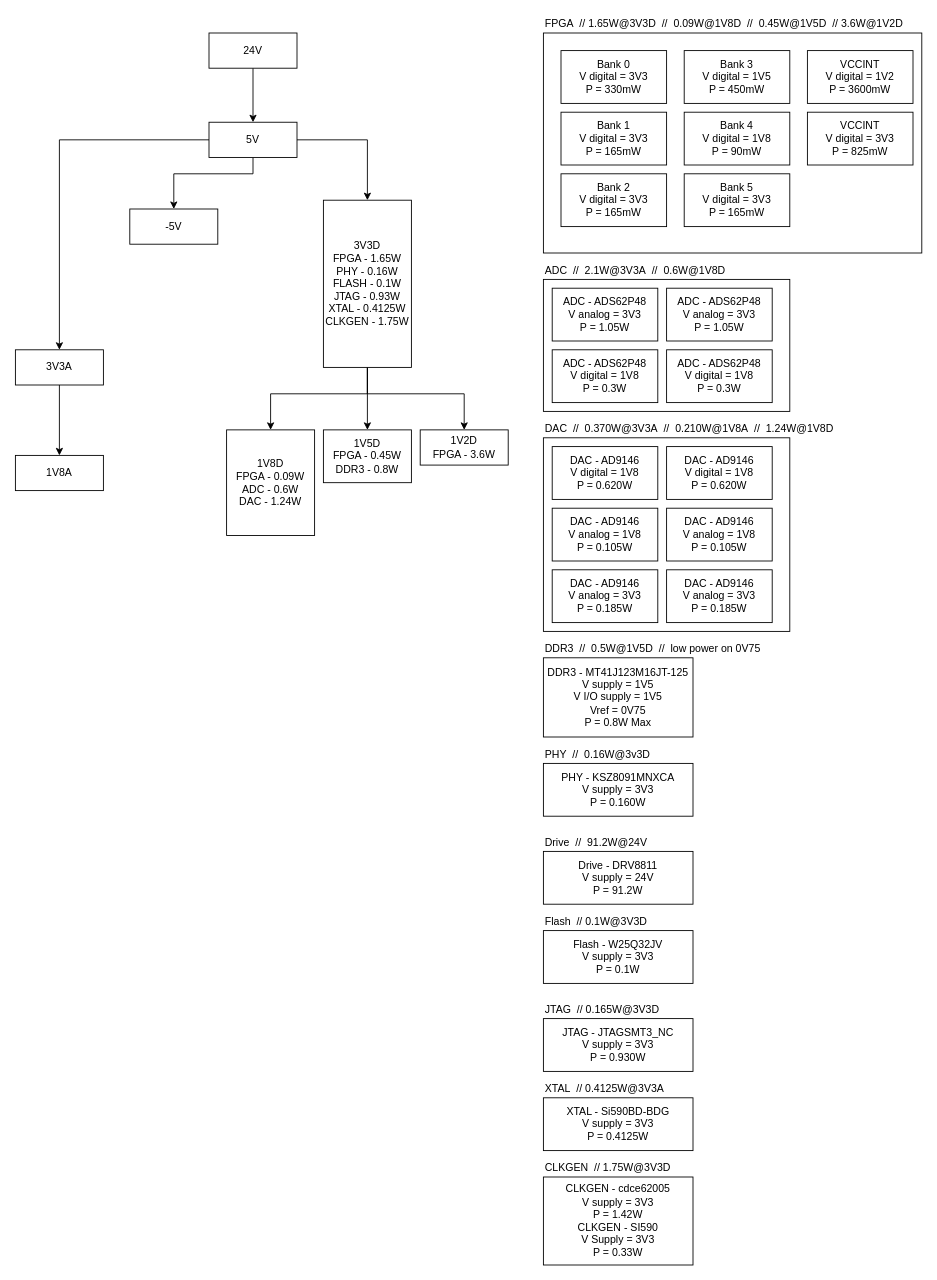
Before: 01 - PLEIADES/03 - DRAWIO/Bilan de puissance.drawio in arsp2701/S7APP, a draw.io diagram. Source tidied: cells renumbered, new cells numbered last; positions are measured from the earlier drawing's top-left corner, leaving out a move shared by most shapes. Both pictures are drawn from the tidied source at 88%, with x=0, y=0 at pixel (15, 15).
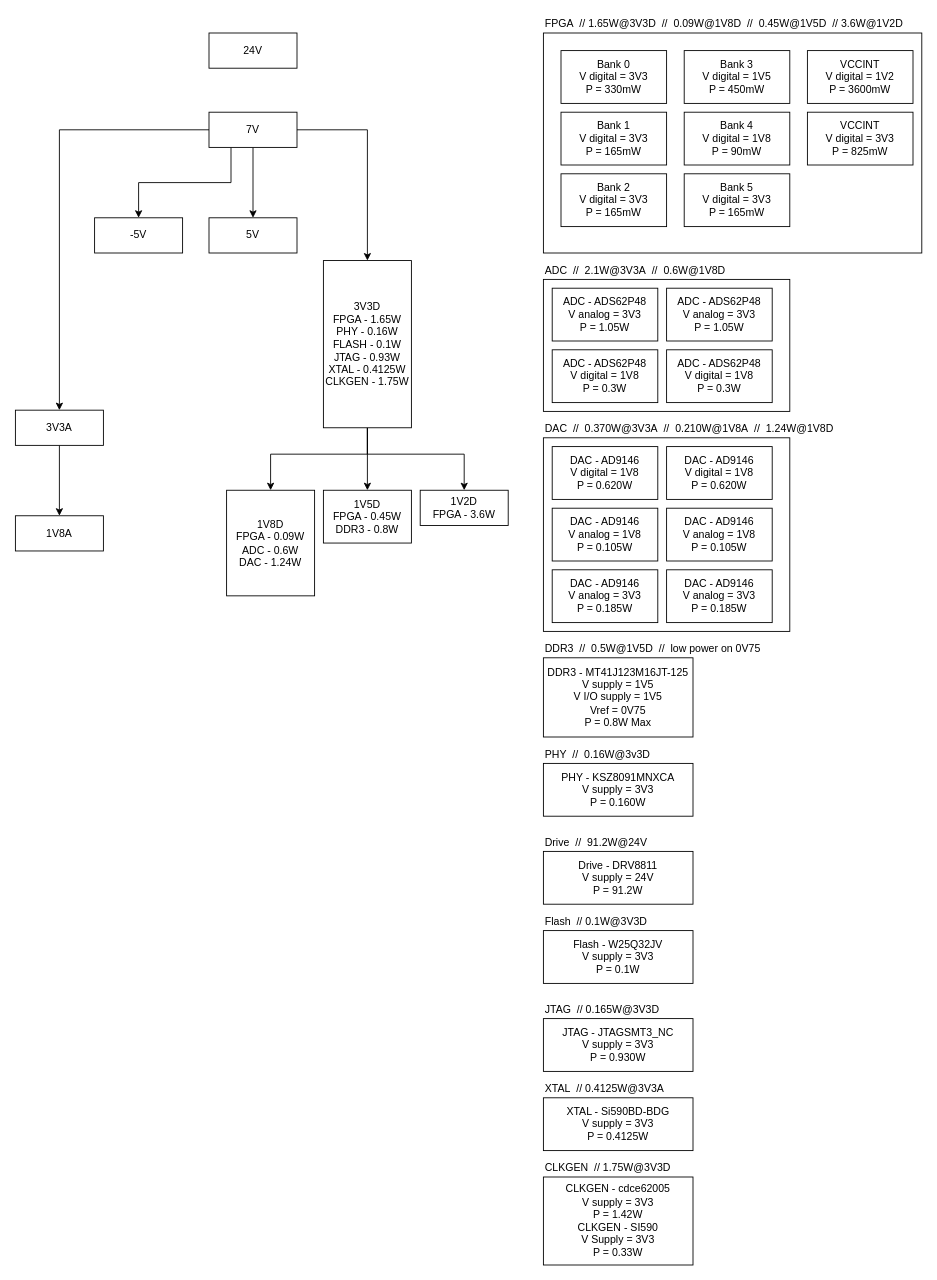
After the change.

Unchanged cells that the change refers to:
```xml
<mxCell id="43" value="24V" style="rounded=0;whiteSpace=wrap;html=1;align=center;" parent="1" vertex="1">
  <mxGeometry x="220" y="20" width="100" height="40" as="geometry" />
</mxCell>
```

Diff of the diagram source:
```diff
@@
-    <mxCell id="42" style="edgeStyle=orthogonalEdgeStyle;rounded=0;jettySize=auto;html=1;exitX=0.5;exitY=1;exitDx=0;exitDy=0;entryX=0.5;entryY=0;entryDx=0;entryDy=0;" parent="1" edge="1" source="43" target="47">
-      <mxGeometry relative="1" as="geometry" />
-    </mxCell>
@@
+    <mxCell id="59" style="edgeStyle=orthogonalEdgeStyle;rounded=0;jettySize=auto;html=1;" parent="1" edge="1" source="47" target="60">
+      <mxGeometry relative="1" as="geometry" />
+    </mxCell>
-    <mxCell id="46" style="edgeStyle=orthogonalEdgeStyle;rounded=0;jettySize=auto;html=1;exitX=0.5;exitY=1;exitDx=0;exitDy=0;entryX=0.5;entryY=0;entryDx=0;entryDy=0;" parent="1" edge="1" source="47" target="58">
-      <mxGeometry relative="1" as="geometry">
-        <Array as="points">
-          <mxPoint x="270" y="180" />
-          <mxPoint x="180" y="180" />
-        </Array>
-      </mxGeometry>
+    <mxCell id="46" style="edgeStyle=orthogonalEdgeStyle;rounded=0;jettySize=auto;html=1;exitX=0.25;exitY=1;exitDx=0;exitDy=0;entryX=0.5;entryY=0;entryDx=0;entryDy=0;" parent="1" edge="1" source="47" target="58">
+      <mxGeometry relative="1" as="geometry" />
     </mxCell>
-    <mxCell id="47" value="5V" style="rounded=0;whiteSpace=wrap;html=1;align=center;" parent="1" vertex="1">
-      <mxGeometry x="220" y="121.4" width="100" height="40" as="geometry" />
+    <mxCell id="47" value="7V" style="rounded=0;whiteSpace=wrap;html=1;align=center;" parent="1" vertex="1">
+      <mxGeometry x="220" y="110" width="100" height="40" as="geometry" />
     </mxCell>
@@
     <mxCell id="49" value="3V3A" style="rounded=0;whiteSpace=wrap;html=1;align=center;" parent="1" vertex="1">
-      <mxGeometry y="380" width="100" height="40" as="geometry" />
+      <mxGeometry y="448.6" width="100" height="40" as="geometry" />
     </mxCell>
     <mxCell id="50" style="edgeStyle=orthogonalEdgeStyle;rounded=0;jettySize=auto;html=1;exitX=0.5;exitY=1;exitDx=0;exitDy=0;entryX=0.5;entryY=0;entryDx=0;entryDy=0;" parent="1" edge="1" source="53" target="56">
       <mxGeometry relative="1" as="geometry">
         <Array as="points">
-          <mxPoint x="400" y="430" />
-          <mxPoint x="290" y="430" />
+          <mxPoint x="400" y="498.6" />
+          <mxPoint x="290" y="498.6" />
         </Array>
       </mxGeometry>
     </mxCell>
@@
     <mxCell id="52" style="edgeStyle=orthogonalEdgeStyle;rounded=0;jettySize=auto;html=1;exitX=0.5;exitY=1;exitDx=0;exitDy=0;entryX=0.5;entryY=0;entryDx=0;entryDy=0;" parent="1" edge="1" source="53" target="55">
       <mxGeometry relative="1" as="geometry">
         <Array as="points">
-          <mxPoint x="400" y="430" />
-          <mxPoint x="510" y="430" />
+          <mxPoint x="400" y="498.6" />
+          <mxPoint x="510" y="498.6" />
         </Array>
       </mxGeometry>
     </mxCell>
     <mxCell id="53" value="3V3D&lt;br&gt;FPGA - 1.65W&lt;br&gt;PHY - 0.16W&lt;br&gt;FLASH - 0.1W&lt;br&gt;JTAG - 0.93W&lt;br&gt;XTAL - 0.4125W&lt;br&gt;CLKGEN - 1.75W" style="rounded=0;whiteSpace=wrap;html=1;align=center;" parent="1" vertex="1">
-      <mxGeometry x="350" y="210" width="100" height="190" as="geometry" />
+      <mxGeometry x="350" y="278.6" width="100" height="190" as="geometry" />
     </mxCell>
     <mxCell id="54" value="1V8A" style="rounded=0;whiteSpace=wrap;html=1;align=center;" parent="1" vertex="1">
-      <mxGeometry y="500" width="100" height="40" as="geometry" />
+      <mxGeometry y="568.6" width="100" height="40" as="geometry" />
     </mxCell>
     <mxCell id="55" value="1V2D&lt;br&gt;FPGA - 3.6W" style="rounded=0;whiteSpace=wrap;html=1;align=center;" parent="1" vertex="1">
-      <mxGeometry x="460" y="471" width="100" height="40" as="geometry" />
+      <mxGeometry x="460" y="539.6" width="100" height="40" as="geometry" />
     </mxCell>
     <mxCell id="56" value="1V8D&lt;br&gt;FPGA - 0.09W&lt;br&gt;ADC - 0.6W&lt;br&gt;DAC - 1.24W&lt;br&gt;" style="rounded=0;whiteSpace=wrap;html=1;align=center;" parent="1" vertex="1">
-      <mxGeometry x="240" y="471" width="100" height="120" as="geometry" />
+      <mxGeometry x="240" y="539.6" width="100" height="120" as="geometry" />
     </mxCell>
     <mxCell id="57" value="1V5D&lt;br&gt;FPGA - 0.45W&lt;br&gt;DDR3 - 0.8W" style="rounded=0;whiteSpace=wrap;html=1;align=center;" parent="1" vertex="1">
-      <mxGeometry x="350" y="471" width="100" height="60" as="geometry" />
+      <mxGeometry x="350" y="539.6" width="100" height="60" as="geometry" />
     </mxCell>
     <mxCell id="58" value="-5V" style="rounded=0;whiteSpace=wrap;html=1;align=center;" parent="1" vertex="1">
-      <mxGeometry x="130" y="220" width="100" height="40" as="geometry" />
+      <mxGeometry x="90" y="230" width="100" height="40" as="geometry" />
     </mxCell>
+    <mxCell id="60" value="5V" style="rounded=0;whiteSpace=wrap;html=1;align=center;" parent="1" vertex="1">
+      <mxGeometry x="220" y="230" width="100" height="40" as="geometry" />
+    </mxCell>
```
